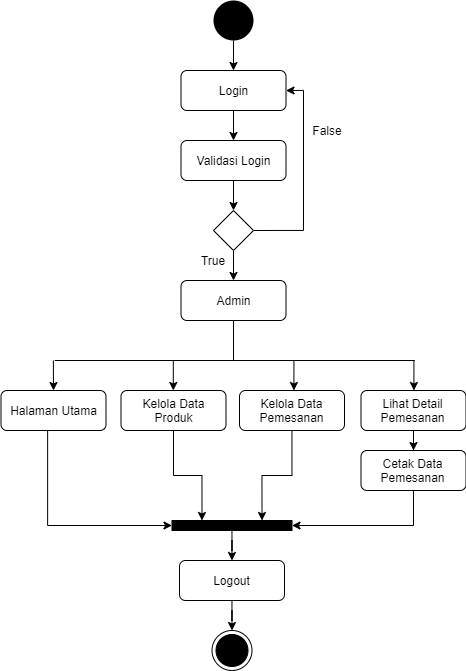
Earlier version of the draw.io export SKRIPSI ADITYA HIDAYATULLAH/ARSIP/ACTIVITY DIAGRAM/DESAIN DIAGRAM ADTYA HIDAYATULLAH-AD-Admin.png (Khairul122/JK-WebEcommerce-ED). Source tidied: cells renumbered, new cells last; positions are measured from the earlier drawing's top-left corner, leaving out a move shared by most shapes. Source of this version:
```xml
<mxGraphModel>
  <root>
    <mxCell id="0" />
    <mxCell id="1" parent="0" />
    <mxCell id="2" style="edgeStyle=orthogonalEdgeStyle;rounded=0;jettySize=auto;html=1;entryX=0.5;entryY=0;entryDx=0;entryDy=0;" parent="1" edge="1" source="3" target="5">
      <mxGeometry relative="1" as="geometry" />
    </mxCell>
    <mxCell id="3" style="ellipse;fillColor=#000000;strokeColor=none;" parent="1" vertex="1">
      <mxGeometry x="212" width="40" height="40" as="geometry" />
    </mxCell>
    <mxCell id="4" style="edgeStyle=orthogonalEdgeStyle;rounded=0;jettySize=auto;html=1;" parent="1" edge="1" source="5" target="7">
      <mxGeometry relative="1" as="geometry" />
    </mxCell>
    <mxCell id="5" value="Login" style="rounded=1;whiteSpace=wrap;html=1;" parent="1" vertex="1">
      <mxGeometry x="179.5" y="70" width="105" height="40" as="geometry" />
    </mxCell>
    <mxCell id="6" style="edgeStyle=orthogonalEdgeStyle;rounded=0;jettySize=auto;html=1;entryX=0.5;entryY=0;entryDx=0;entryDy=0;" parent="1" edge="1" source="7" target="10">
      <mxGeometry relative="1" as="geometry" />
    </mxCell>
    <mxCell id="7" value="Validasi Login" style="rounded=1;whiteSpace=wrap;html=1;" parent="1" vertex="1">
      <mxGeometry x="179.5" y="140" width="105" height="40" as="geometry" />
    </mxCell>
    <mxCell id="8" style="edgeStyle=orthogonalEdgeStyle;rounded=0;jettySize=auto;html=1;" parent="1" edge="1" source="10" target="11">
      <mxGeometry relative="1" as="geometry" />
    </mxCell>
    <mxCell id="9" style="edgeStyle=orthogonalEdgeStyle;rounded=0;jettySize=auto;html=1;entryX=1;entryY=0.5;entryDx=0;entryDy=0;exitX=1;exitY=0.5;exitDx=0;exitDy=0;" parent="1" edge="1" source="10" target="5">
      <mxGeometry relative="1" as="geometry">
        <Array as="points">
          <mxPoint x="302" y="230" />
          <mxPoint x="302" y="90" />
        </Array>
      </mxGeometry>
    </mxCell>
    <mxCell id="10" style="rhombus;whiteSpace=wrap;html=1;" parent="1" vertex="1">
      <mxGeometry x="212" y="210" width="40" height="40" as="geometry" />
    </mxCell>
    <mxCell id="11" value="Admin" style="rounded=1;whiteSpace=wrap;html=1;" parent="1" vertex="1">
      <mxGeometry x="179.5" y="280" width="105" height="40" as="geometry" />
    </mxCell>
    <mxCell id="12" style="edgeStyle=orthogonalEdgeStyle;rounded=0;jettySize=auto;html=1;entryX=0;entryY=0.5;entryDx=0;entryDy=0;exitX=0.444;exitY=0.975;exitDx=0;exitDy=0;exitPerimeter=0;" parent="1" edge="1" source="13" target="19">
      <mxGeometry relative="1" as="geometry" />
    </mxCell>
    <mxCell id="13" value="Halaman Utama" style="rounded=1;whiteSpace=wrap;html=1;" parent="1" vertex="1">
      <mxGeometry x="-0.5" y="390" width="105" height="40" as="geometry" />
    </mxCell>
    <mxCell id="14" style="edgeStyle=orthogonalEdgeStyle;rounded=0;jettySize=auto;html=1;entryX=0.25;entryY=0;entryDx=0;entryDy=0;" parent="1" edge="1" source="15" target="19">
      <mxGeometry relative="1" as="geometry" />
    </mxCell>
    <mxCell id="15" value="Kelola Data Produk" style="rounded=1;whiteSpace=wrap;html=1;" parent="1" vertex="1">
      <mxGeometry x="119.5" y="390" width="105" height="40" as="geometry" />
    </mxCell>
    <mxCell id="16" style="edgeStyle=orthogonalEdgeStyle;rounded=0;jettySize=auto;html=1;entryX=0.75;entryY=0;entryDx=0;entryDy=0;" parent="1" edge="1" source="17" target="19">
      <mxGeometry relative="1" as="geometry" />
    </mxCell>
    <mxCell id="17" value="Kelola Data Pemesanan" style="rounded=1;whiteSpace=wrap;html=1;" parent="1" vertex="1">
      <mxGeometry x="238" y="390" width="105" height="40" as="geometry" />
    </mxCell>
    <mxCell id="18" style="edgeStyle=orthogonalEdgeStyle;rounded=0;jettySize=auto;html=1;" parent="1" edge="1" source="19" target="21">
      <mxGeometry relative="1" as="geometry" />
    </mxCell>
    <mxCell id="19" style="rounded=0;whiteSpace=wrap;html=1;fillColor=#000000;" parent="1" vertex="1">
      <mxGeometry x="170.5" y="520" width="120" height="10" as="geometry" />
    </mxCell>
    <mxCell id="20" style="edgeStyle=orthogonalEdgeStyle;rounded=0;jettySize=auto;html=1;" parent="1" edge="1" source="21" target="22">
      <mxGeometry relative="1" as="geometry" />
    </mxCell>
    <mxCell id="21" value="Logout" style="rounded=1;whiteSpace=wrap;html=1;" parent="1" vertex="1">
      <mxGeometry x="178" y="560" width="105" height="40" as="geometry" />
    </mxCell>
    <mxCell id="22" style="ellipse;html=1;shape=endState;fillColor=#000000;strokeColor=#000000;" parent="1" vertex="1">
      <mxGeometry x="210.5" y="630" width="40" height="40" as="geometry" />
    </mxCell>
    <mxCell id="23" style="endArrow=classic;html=1;entryX=0.5;entryY=0;entryDx=0;entryDy=0;" parent="1" edge="1" target="13">
      <mxGeometry relative="1" as="geometry">
        <mxPoint x="51.9" y="360" as="sourcePoint" />
      </mxGeometry>
    </mxCell>
    <mxCell id="24" style="endArrow=classic;html=1;entryX=0.5;entryY=0;entryDx=0;entryDy=0;" parent="1" edge="1">
      <mxGeometry relative="1" as="geometry">
        <mxPoint x="292.4" y="360" as="sourcePoint" />
        <mxPoint x="292.4" y="390" as="targetPoint" />
      </mxGeometry>
    </mxCell>
    <mxCell id="25" style="endArrow=classic;html=1;entryX=0.5;entryY=0;entryDx=0;entryDy=0;" parent="1" edge="1">
      <mxGeometry relative="1" as="geometry">
        <mxPoint x="412.4" y="360" as="sourcePoint" />
        <mxPoint x="412.4" y="390" as="targetPoint" />
      </mxGeometry>
    </mxCell>
    <mxCell id="26" style="endArrow=none;html=1;" parent="1" edge="1">
      <mxGeometry relative="1" as="geometry">
        <mxPoint x="53.2" y="360" as="sourcePoint" />
        <mxPoint x="413.2" y="360" as="targetPoint" />
      </mxGeometry>
    </mxCell>
    <mxCell id="27" style="endArrow=none;html=1;exitX=0.5;exitY=1;exitDx=0;exitDy=0;" parent="1" edge="1" source="11">
      <mxGeometry relative="1" as="geometry">
        <mxPoint x="232" y="360" as="targetPoint" />
      </mxGeometry>
    </mxCell>
    <mxCell id="28" style="edgeStyle=orthogonalEdgeStyle;rounded=0;jettySize=auto;html=1;entryX=0.5;entryY=0;entryDx=0;entryDy=0;fontSize=14;" parent="1" edge="1" source="29" target="34">
      <mxGeometry relative="1" as="geometry" />
    </mxCell>
    <mxCell id="29" value="Lihat Detail Pemesanan" style="rounded=1;whiteSpace=wrap;html=1;" parent="1" vertex="1">
      <mxGeometry x="359.5" y="390" width="105" height="40" as="geometry" />
    </mxCell>
    <mxCell id="30" style="endArrow=classic;html=1;entryX=0.5;entryY=0;entryDx=0;entryDy=0;" parent="1" edge="1">
      <mxGeometry relative="1" as="geometry">
        <mxPoint x="171.8" y="360" as="sourcePoint" />
        <mxPoint x="171.8" y="390" as="targetPoint" />
      </mxGeometry>
    </mxCell>
    <mxCell id="31" value="True" style="text;html=1;strokeColor=none;fillColor=none;align=center;verticalAlign=middle;whiteSpace=wrap;rounded=0;" parent="1" vertex="1">
      <mxGeometry x="192" y="250" width="40" height="20" as="geometry" />
    </mxCell>
    <mxCell id="32" value="False" style="text;html=1;strokeColor=none;fillColor=none;align=center;verticalAlign=middle;whiteSpace=wrap;rounded=0;" parent="1" vertex="1">
      <mxGeometry x="306" y="120" width="40" height="20" as="geometry" />
    </mxCell>
    <mxCell id="33" style="edgeStyle=orthogonalEdgeStyle;rounded=0;jettySize=auto;html=1;entryX=1;entryY=0.5;entryDx=0;entryDy=0;fontSize=14;exitX=0.5;exitY=1;exitDx=0;exitDy=0;" parent="1" edge="1" source="34" target="19">
      <mxGeometry relative="1" as="geometry" />
    </mxCell>
    <mxCell id="34" value="Cetak Data&lt;br&gt;Pemesanan" style="rounded=1;whiteSpace=wrap;html=1;" parent="1" vertex="1">
      <mxGeometry x="359.5" y="450" width="105" height="40" as="geometry" />
    </mxCell>
  </root>
</mxGraphModel>
```
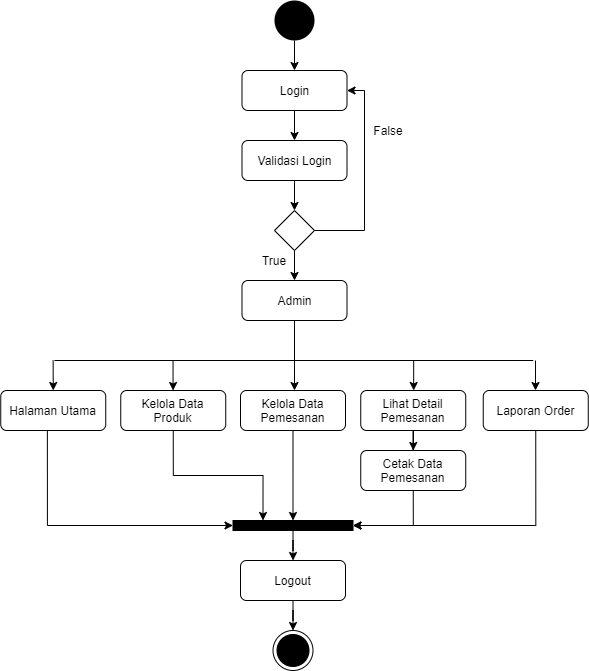
After the change.

What changed in the source:
```diff
@@ -41,19 +41,19 @@
       <mxGeometry relative="1" as="geometry" />
     </mxCell>
     <mxCell id="13" value="Halaman Utama" style="rounded=1;whiteSpace=wrap;html=1;" parent="1" vertex="1">
-      <mxGeometry x="-0.5" y="390" width="105" height="40" as="geometry" />
+      <mxGeometry x="-61.8" y="390" width="105" height="40" as="geometry" />
     </mxCell>
-    <mxCell id="14" style="edgeStyle=orthogonalEdgeStyle;rounded=0;jettySize=auto;html=1;entryX=0.25;entryY=0;entryDx=0;entryDy=0;" parent="1" edge="1" source="15" target="19">
+    <mxCell id="14" style="edgeStyle=orthogonalEdgeStyle;rounded=0;jettySize=auto;html=1;entryX=0.25;entryY=0;entryDx=0;entryDy=0;exitX=0.5;exitY=1;exitDx=0;exitDy=0;" parent="1" edge="1" source="15" target="19">
       <mxGeometry relative="1" as="geometry" />
     </mxCell>
     <mxCell id="15" value="Kelola Data Produk" style="rounded=1;whiteSpace=wrap;html=1;" parent="1" vertex="1">
-      <mxGeometry x="119.5" y="390" width="105" height="40" as="geometry" />
+      <mxGeometry x="58.2" y="390" width="105" height="40" as="geometry" />
     </mxCell>
-    <mxCell id="16" style="edgeStyle=orthogonalEdgeStyle;rounded=0;jettySize=auto;html=1;entryX=0.75;entryY=0;entryDx=0;entryDy=0;" parent="1" edge="1" source="17" target="19">
+    <mxCell id="16" style="edgeStyle=orthogonalEdgeStyle;rounded=0;jettySize=auto;html=1;entryX=0.5;entryY=0;entryDx=0;entryDy=0;" parent="1" edge="1" source="17" target="19">
       <mxGeometry relative="1" as="geometry" />
     </mxCell>
     <mxCell id="17" value="Kelola Data Pemesanan" style="rounded=1;whiteSpace=wrap;html=1;" parent="1" vertex="1">
-      <mxGeometry x="238" y="390" width="105" height="40" as="geometry" />
+      <mxGeometry x="178" y="390" width="105" height="40" as="geometry" />
     </mxCell>
     <mxCell id="18" style="edgeStyle=orthogonalEdgeStyle;rounded=0;jettySize=auto;html=1;" parent="1" edge="1" source="19" target="21">
       <mxGeometry relative="1" as="geometry" />
@@ -72,25 +72,25 @@
     </mxCell>
     <mxCell id="23" style="endArrow=classic;html=1;entryX=0.5;entryY=0;entryDx=0;entryDy=0;" parent="1" edge="1" target="13">
       <mxGeometry relative="1" as="geometry">
-        <mxPoint x="51.9" y="360" as="sourcePoint" />
+        <mxPoint x="-9.4" y="360" as="sourcePoint" />
       </mxGeometry>
     </mxCell>
     <mxCell id="24" style="endArrow=classic;html=1;entryX=0.5;entryY=0;entryDx=0;entryDy=0;" parent="1" edge="1">
       <mxGeometry relative="1" as="geometry">
-        <mxPoint x="292.4" y="360" as="sourcePoint" />
-        <mxPoint x="292.4" y="390" as="targetPoint" />
+        <mxPoint x="232" y="360" as="sourcePoint" />
+        <mxPoint x="232" y="390" as="targetPoint" />
       </mxGeometry>
     </mxCell>
     <mxCell id="25" style="endArrow=classic;html=1;entryX=0.5;entryY=0;entryDx=0;entryDy=0;" parent="1" edge="1">
       <mxGeometry relative="1" as="geometry">
-        <mxPoint x="412.4" y="360" as="sourcePoint" />
-        <mxPoint x="412.4" y="390" as="targetPoint" />
+        <mxPoint x="351.2" y="360" as="sourcePoint" />
+        <mxPoint x="351.2" y="390" as="targetPoint" />
       </mxGeometry>
     </mxCell>
     <mxCell id="26" style="endArrow=none;html=1;" parent="1" edge="1">
       <mxGeometry relative="1" as="geometry">
-        <mxPoint x="53.2" y="360" as="sourcePoint" />
-        <mxPoint x="413.2" y="360" as="targetPoint" />
+        <mxPoint x="-8" y="360" as="sourcePoint" />
+        <mxPoint x="470.8" y="360" as="targetPoint" />
       </mxGeometry>
     </mxCell>
     <mxCell id="27" style="endArrow=none;html=1;exitX=0.5;exitY=1;exitDx=0;exitDy=0;" parent="1" edge="1" source="11">
@@ -102,12 +102,12 @@
       <mxGeometry relative="1" as="geometry" />
     </mxCell>
     <mxCell id="29" value="Lihat Detail Pemesanan" style="rounded=1;whiteSpace=wrap;html=1;" parent="1" vertex="1">
-      <mxGeometry x="359.5" y="390" width="105" height="40" as="geometry" />
+      <mxGeometry x="298.2" y="390" width="105" height="40" as="geometry" />
     </mxCell>
     <mxCell id="30" style="endArrow=classic;html=1;entryX=0.5;entryY=0;entryDx=0;entryDy=0;" parent="1" edge="1">
       <mxGeometry relative="1" as="geometry">
-        <mxPoint x="171.8" y="360" as="sourcePoint" />
-        <mxPoint x="171.8" y="390" as="targetPoint" />
+        <mxPoint x="110.6" y="360" as="sourcePoint" />
+        <mxPoint x="110.6" y="390" as="targetPoint" />
       </mxGeometry>
     </mxCell>
     <mxCell id="31" value="True" style="text;html=1;strokeColor=none;fillColor=none;align=center;verticalAlign=middle;whiteSpace=wrap;rounded=0;" parent="1" vertex="1">
@@ -120,7 +120,19 @@
       <mxGeometry relative="1" as="geometry" />
     </mxCell>
     <mxCell id="34" value="Cetak Data&lt;br&gt;Pemesanan" style="rounded=1;whiteSpace=wrap;html=1;" parent="1" vertex="1">
-      <mxGeometry x="359.5" y="450" width="105" height="40" as="geometry" />
+      <mxGeometry x="298.2" y="450" width="105" height="40" as="geometry" />
     </mxCell>
+    <mxCell id="35" style="edgeStyle=orthogonalEdgeStyle;rounded=0;jettySize=auto;html=1;entryX=1;entryY=0.5;entryDx=0;entryDy=0;exitX=0.5;exitY=1;exitDx=0;exitDy=0;" parent="1" edge="1" source="36" target="19">
+      <mxGeometry relative="1" as="geometry" />
+    </mxCell>
+    <mxCell id="36" value="Laporan Order" style="rounded=1;whiteSpace=wrap;html=1;" parent="1" vertex="1">
+      <mxGeometry x="420.8" y="390" width="105" height="40" as="geometry" />
+    </mxCell>
+    <mxCell id="37" style="endArrow=classic;html=1;entryX=0.5;entryY=0;entryDx=0;entryDy=0;" parent="1" edge="1">
+      <mxGeometry relative="1" as="geometry">
+        <mxPoint x="473" y="360" as="sourcePoint" />
+        <mxPoint x="473" y="390" as="targetPoint" />
+      </mxGeometry>
+    </mxCell>
   </root>
 </mxGraphModel>
```
